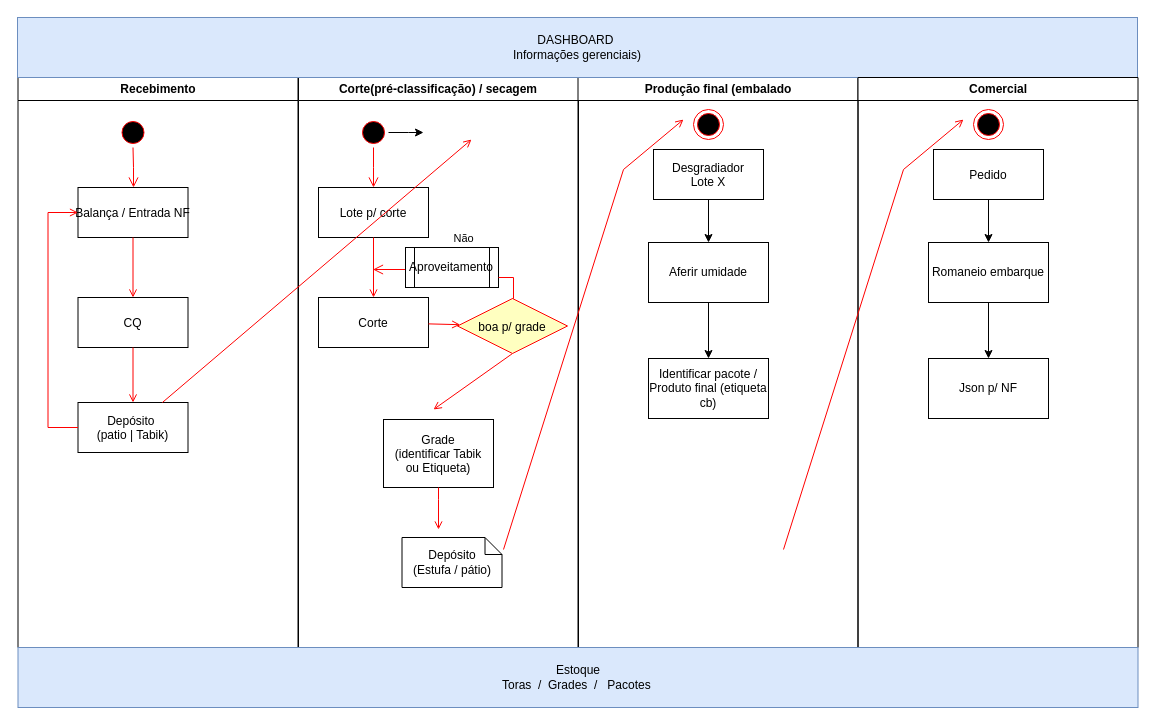
Before: Untitled Diagram.drawio in idenirfrozza/drawTeste, a draw.io diagram. Source tidied: cells renumbered, new cells numbered last; positions are measured from the earlier drawing's top-left corner, leaving out a move shared by most shapes. Both pictures are drawn from the tidied source at 100%, with x=0, y=0 at pixel (17, 17).
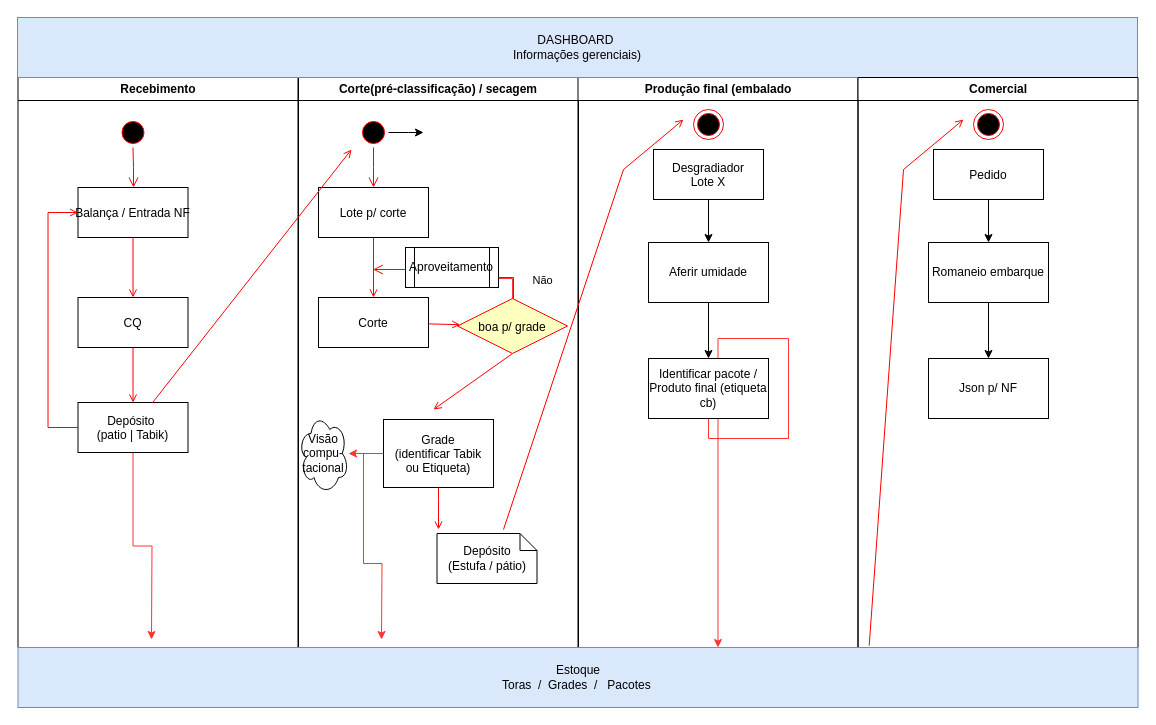
After the change.

The change refers to these unchanged cells:
```xml
<mxCell id="2" value="Recebimento" style="swimlane;whiteSpace=wrap;" parent="1" vertex="1">
  <mxGeometry x="0.5" y="60" width="280" height="570" as="geometry" />
</mxCell>
<mxCell id="8" value="Depósito &#10;(patio | Tabik)" parent="2" vertex="1">
  <mxGeometry x="60" y="325" width="110" height="50" as="geometry" />
</mxCell>
<mxCell id="11" value="Corte(pré-classificação) / secagem" style="swimlane;whiteSpace=wrap;" parent="1" vertex="1">
  <mxGeometry x="281" y="60" width="280" height="570" as="geometry" />
</mxCell>
<mxCell id="19" value="boa p/ grade" style="rhombus;fillColor=#ffffc0;strokeColor=#ff0000;" parent="11" vertex="1">
  <mxGeometry x="159" y="221" width="110" height="55" as="geometry" />
</mxCell>
<mxCell id="22" value="Grade&#10;(identificar Tabik &#10;ou Etiqueta)" parent="11" vertex="1">
  <mxGeometry x="85" y="342" width="110" height="68" as="geometry" />
</mxCell>
<mxCell id="25" value="Aproveitamento" style="shape=process;whiteSpace=wrap;html=1;backgroundOutline=1;strokeColor=#000000;fillColor=#FFFFFF;" parent="11" vertex="1">
  <mxGeometry x="107" y="170" width="93" height="40" as="geometry" />
</mxCell>
<mxCell id="27" value="Produção final (embalado" style="swimlane;whiteSpace=wrap;" parent="1" vertex="1">
  <mxGeometry x="560.5" y="60" width="280" height="570" as="geometry" />
</mxCell>
<mxCell id="34" value="Identificar pacote / Produto final (etiqueta cb)" style="whiteSpace=wrap;html=1;" parent="27" vertex="1">
  <mxGeometry x="70.5" y="281" width="120" height="60" as="geometry" />
</mxCell>
<mxCell id="37" value="Comercial" style="swimlane;whiteSpace=wrap;" parent="1" vertex="1">
  <mxGeometry x="840.5" y="60" width="280" height="570" as="geometry" />
</mxCell>
<mxCell id="45" value="Estoque&lt;br&gt;Toras&amp;nbsp; /&amp;nbsp; Grades&amp;nbsp; /&amp;nbsp; &amp;nbsp;Pacotes&amp;nbsp;" style="rounded=0;whiteSpace=wrap;html=1;fillColor=#dae8fc;strokeColor=#6c8ebf;" parent="1" vertex="1">
  <mxGeometry x="0.5" y="630" width="1120" height="60" as="geometry" />
</mxCell>
```

The edit, as a diff of the source:
```diff
@@
+    <mxCell id="46" style="edgeStyle=orthogonalEdgeStyle;rounded=0;jettySize=auto;html=1;strokeColor=#FF3333;" parent="2" edge="1" source="8">
+      <mxGeometry relative="1" as="geometry">
+        <mxPoint x="133.5" y="562" as="targetPoint" />
+      </mxGeometry>
+    </mxCell>
@@
+    <mxCell id="47" style="edgeStyle=orthogonalEdgeStyle;rounded=0;jettySize=auto;html=1;strokeColor=#FF3333;" parent="11" edge="1" source="19" target="25">
+      <mxGeometry relative="1" as="geometry" />
+    </mxCell>
@@
     <mxCell id="20" value="Não" style="edgeStyle=elbowEdgeStyle;elbow=horizontal;align=left;verticalAlign=bottom;endArrow=open;endSize=8;strokeColor=#FF0000;exitX=0.5;exitY=0;endFill=1;rounded=0;startArrow=none;" parent="11" edge="1" source="25">
-      <mxGeometry x="-1" relative="1" as="geometry">
+      <mxGeometry x="-1" y="90" relative="1" as="geometry">
         <mxPoint x="74.5" y="192" as="targetPoint" />
+        <mxPoint x="79" y="-48" as="offset" />
       </mxGeometry>
     </mxCell>
@@
+    <mxCell id="48" style="edgeStyle=orthogonalEdgeStyle;rounded=0;jettySize=auto;html=1;strokeColor=#FF3333;" parent="11" edge="1" source="22" target="49">
+      <mxGeometry relative="1" as="geometry" />
+    </mxCell>
@@
     <mxCell id="23" value="Depósito&#10;(Estufa / pátio)" style="shape=note;whiteSpace=wrap;size=17;" parent="11" vertex="1">
-      <mxGeometry x="103.5" y="460" width="100" height="50" as="geometry" />
+      <mxGeometry x="138.5" y="456" width="100" height="50" as="geometry" />
     </mxCell>
@@
+    <mxCell id="49" value="Visão compu-tacional&lt;br&gt;" style="ellipse;shape=cloud;whiteSpace=wrap;html=1;" parent="11" vertex="1">
+      <mxGeometry y="336" width="50" height="80" as="geometry" />
+    </mxCell>
@@
     <mxCell id="30" style="edgeStyle=none;strokeColor=#FF0000;endArrow=open;endFill=1;rounded=0;" parent="27" edge="1">
       <mxGeometry relative="1" as="geometry">
-        <mxPoint x="-74.5" y="472" as="sourcePoint" />
+        <mxPoint x="-74.5" y="452" as="sourcePoint" />
         <mxPoint x="105.5" y="42" as="targetPoint" />
         <Array as="points">
           <mxPoint x="45.5" y="92" />
         </Array>
       </mxGeometry>
     </mxCell>
@@
+    <mxCell id="50" style="edgeStyle=orthogonalEdgeStyle;rounded=0;jettySize=auto;html=1;exitX=0.5;exitY=1;exitDx=0;exitDy=0;entryX=0.5;entryY=1;entryDx=0;entryDy=0;strokeColor=#FF3333;" parent="27" edge="1" source="34" target="27">
+      <mxGeometry relative="1" as="geometry" />
+    </mxCell>
@@
     <mxCell id="35" style="endArrow=open;strokeColor=#FF0000;endFill=1;rounded=0;" parent="1" edge="1" source="8">
       <mxGeometry relative="1" as="geometry">
-        <mxPoint x="454" y="122" as="targetPoint" />
+        <mxPoint x="334" y="132" as="targetPoint" />
       </mxGeometry>
     </mxCell>
@@
-    <mxCell id="40" style="edgeStyle=none;strokeColor=#FF0000;endArrow=open;endFill=1;rounded=0;" parent="37" edge="1">
+    <mxCell id="40" style="edgeStyle=none;strokeColor=#FF0000;endArrow=open;endFill=1;rounded=0;exitX=0.76;exitY=-0.03;exitDx=0;exitDy=0;exitPerimeter=0;" parent="37" edge="1" source="45">
       <mxGeometry relative="1" as="geometry">
-        <mxPoint x="-74.5" y="472" as="sourcePoint" />
         <mxPoint x="105.5" y="42" as="targetPoint" />
         <Array as="points">
           <mxPoint x="45.5" y="92" />
         </Array>
       </mxGeometry>
     </mxCell>
@@
+    <mxCell id="51" style="edgeStyle=orthogonalEdgeStyle;rounded=0;jettySize=auto;html=1;strokeColor=#FF3333;" parent="1" edge="1" source="22">
+      <mxGeometry relative="1" as="geometry">
+        <mxPoint x="364" y="622" as="targetPoint" />
+      </mxGeometry>
+    </mxCell>
```
